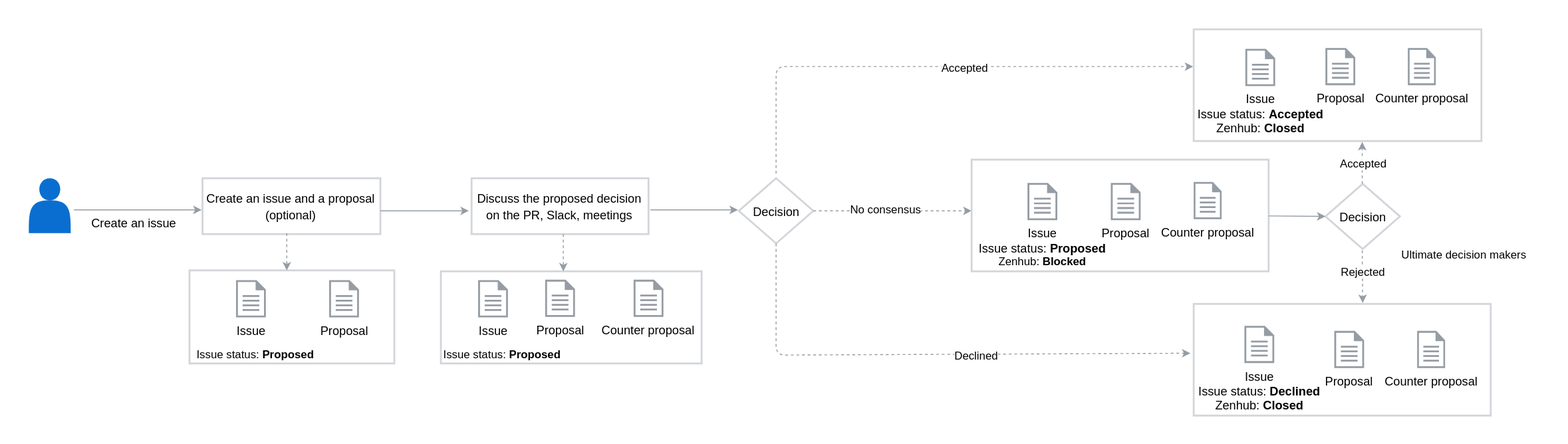
Earlier version of the draw.io export assets/decision-making-process.svg (kyma-project/community). Source tidied: cells renumbered, new cells last; positions are measured from the earlier drawing's top-left corner, leaving out a move shared by most shapes.
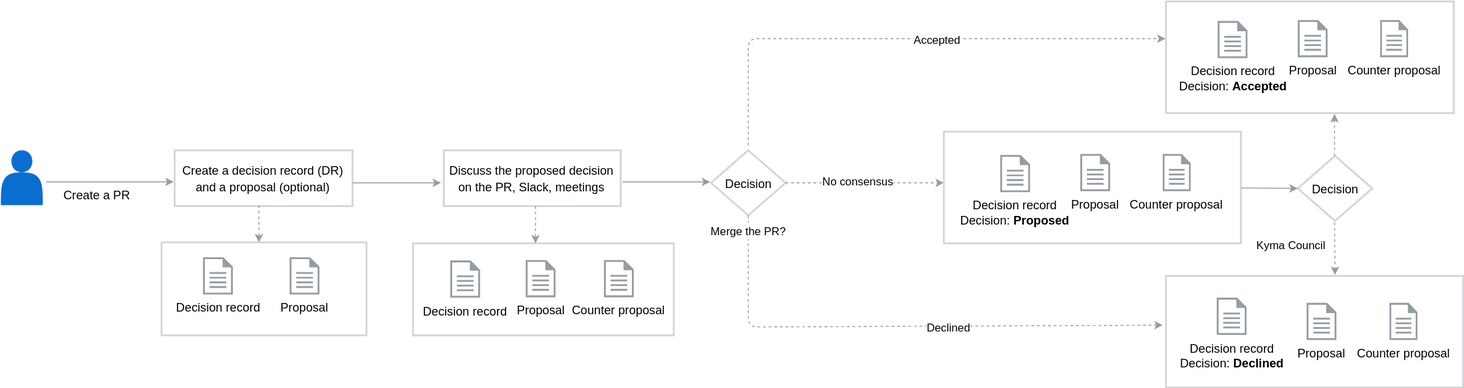
The same file after the commit.

Commit message:
Update decision making process

Diff of the diagram source:
```diff
@@ -2,7 +2,7 @@
   <root>
     <mxCell id="0" />
     <mxCell id="1" parent="0" />
-    <mxCell id="2" value="&lt;font style=&quot;font-size: 13px&quot;&gt;&lt;span&gt;Create an issue and a&amp;nbsp;&lt;/span&gt;&lt;span&gt;proposal (optional)&lt;/span&gt;&lt;/font&gt;" style="rounded=0;whiteSpace=wrap;html=1;labelBackgroundColor=none;strokeColor=#D2D5D9;strokeWidth=2;fillColor=#FFFFFF;gradientColor=none;fontFamily=Helvetica;fontSize=15;fontColor=#000000;" parent="1" vertex="1">
+    <mxCell id="2" value="&lt;font style=&quot;font-size: 13px&quot;&gt;&lt;span&gt;Create a decision record (DR) and a&amp;nbsp;&lt;/span&gt;&lt;span&gt;proposal (optional)&lt;/span&gt;&lt;/font&gt;" style="rounded=0;whiteSpace=wrap;html=1;labelBackgroundColor=none;strokeColor=#D2D5D9;strokeWidth=2;fillColor=#FFFFFF;gradientColor=none;fontFamily=Helvetica;fontSize=15;fontColor=#000000;" parent="1" vertex="1">
       <mxGeometry x="186" y="160" width="191" height="60" as="geometry" />
     </mxCell>
     <mxCell id="3" value="&lt;span style=&quot;font-size: 13px&quot;&gt;Discuss the proposed decision on the PR, Slack, meetings&lt;/span&gt;" style="rounded=0;whiteSpace=wrap;html=1;labelBackgroundColor=none;strokeColor=#D2D5D9;strokeWidth=2;fillColor=#FFFFFF;gradientColor=none;fontFamily=Helvetica;fontSize=15;fontColor=#000000;" parent="1" vertex="1">
@@ -14,23 +14,23 @@
     <mxCell id="5" style="rounded=0;whiteSpace=wrap;html=1;labelBackgroundColor=none;strokeColor=#D2D5D9;strokeWidth=2;fillColor=#FFFFFF;gradientColor=none;fontFamily=Helvetica;fontSize=15;fontColor=#000000;" parent="1" vertex="1">
       <mxGeometry x="442" y="260" width="280" height="99" as="geometry" />
     </mxCell>
-    <mxCell id="6" value="&lt;font style=&quot;font-size: 13px&quot;&gt;Issue&lt;br&gt;&lt;/font&gt;&lt;br&gt;" style="shadow=0;dashed=0;html=1;strokeColor=none;labelPosition=center;verticalLabelPosition=bottom;verticalAlign=top;align=center;shape=mxgraph.mscae.enterprise.document;fillColor=#959CA4;labelBackgroundColor=#ffffff;strokeWidth=2;" parent="1" vertex="1">
-      <mxGeometry x="222" y="269.5" width="32" height="40" as="geometry" />
+    <mxCell id="6" value="&lt;font style=&quot;font-size: 13px&quot;&gt;Decision record&lt;br&gt;&lt;/font&gt;&lt;br&gt;" style="shadow=0;dashed=0;html=1;strokeColor=none;labelPosition=center;verticalLabelPosition=bottom;verticalAlign=top;align=center;shape=mxgraph.mscae.enterprise.document;fillColor=#959CA4;labelBackgroundColor=#ffffff;strokeWidth=2;" parent="1" vertex="1">
+      <mxGeometry x="216.5" y="275" width="32" height="40" as="geometry" />
     </mxCell>
     <mxCell id="7" style="shape=actor;whiteSpace=wrap;html=1;strokeColor=none;strokeWidth=1;fillColor=#0A6ED1;gradientColor=none;fontFamily=Helvetica;fontSize=12;" parent="1" vertex="1">
       <mxGeometry x="-0.5" y="160" width="45" height="59" as="geometry" />
     </mxCell>
     <mxCell id="8" value="&lt;span style=&quot;font-size: 13px&quot;&gt;Proposal&lt;/span&gt;&lt;br&gt;" style="shadow=0;dashed=0;html=1;strokeColor=none;labelPosition=center;verticalLabelPosition=bottom;verticalAlign=top;align=center;shape=mxgraph.mscae.enterprise.document;fillColor=#959CA4;labelBackgroundColor=#ffffff;strokeWidth=2;" parent="1" vertex="1">
-      <mxGeometry x="322" y="269.5" width="32" height="40" as="geometry" />
+      <mxGeometry x="309.5" y="275" width="32" height="40" as="geometry" />
     </mxCell>
     <mxCell id="9" value="&lt;font style=&quot;font-size: 13px&quot;&gt;Proposal&lt;br&gt;&lt;/font&gt;&lt;br&gt;" style="shadow=0;dashed=0;html=1;strokeColor=none;labelPosition=center;verticalLabelPosition=bottom;verticalAlign=top;align=center;shape=mxgraph.mscae.enterprise.document;fillColor=#959CA4;labelBackgroundColor=#ffffff;strokeWidth=2;" parent="1" vertex="1">
-      <mxGeometry x="554" y="269" width="32" height="40" as="geometry" />
+      <mxGeometry x="563" y="278" width="32" height="40" as="geometry" />
     </mxCell>
     <mxCell id="10" value="&lt;span style=&quot;font-size: 13px&quot;&gt;Counter proposal&lt;/span&gt;&lt;br&gt;" style="shadow=0;dashed=0;html=1;strokeColor=none;labelPosition=center;verticalLabelPosition=bottom;verticalAlign=top;align=center;shape=mxgraph.mscae.enterprise.document;fillColor=#959CA4;labelBackgroundColor=#ffffff;strokeWidth=2;" parent="1" vertex="1">
-      <mxGeometry x="649" y="269" width="32" height="40" as="geometry" />
+      <mxGeometry x="647" y="278" width="32" height="40" as="geometry" />
     </mxCell>
-    <mxCell id="11" value="&lt;span style=&quot;font-size: 13px&quot;&gt;Issue&lt;/span&gt;&lt;br&gt;" style="shadow=0;dashed=0;html=1;strokeColor=none;labelPosition=center;verticalLabelPosition=bottom;verticalAlign=top;align=center;shape=mxgraph.mscae.enterprise.document;fillColor=#959CA4;labelBackgroundColor=#ffffff;strokeWidth=2;" parent="1" vertex="1">
-      <mxGeometry x="482" y="269.5" width="32" height="40" as="geometry" />
+    <mxCell id="11" value="&lt;span style=&quot;font-size: 13px&quot;&gt;Decision record&lt;/span&gt;&lt;br&gt;" style="shadow=0;dashed=0;html=1;strokeColor=none;labelPosition=center;verticalLabelPosition=bottom;verticalAlign=top;align=center;shape=mxgraph.mscae.enterprise.document;fillColor=#959CA4;labelBackgroundColor=#ffffff;strokeWidth=2;" parent="1" vertex="1">
+      <mxGeometry x="482" y="278.5" width="32" height="40" as="geometry" />
     </mxCell>
     <mxCell id="12" style="endArrow=classic;html=1;strokeColor=#959CA4;strokeWidth=1;fontFamily=Helvetica;fontSize=15;fontColor=#000000;exitX=1.078;exitY=0.576;exitPerimeter=0;" parent="1" edge="1" source="7">
       <mxGeometry relative="1" as="geometry">
@@ -84,8 +84,8 @@
     <mxCell id="21" value="&lt;font style=&quot;font-size: 13px&quot;&gt;Decision&lt;/font&gt;" style="strokeWidth=2;html=1;shape=mxgraph.flowchart.decision;whiteSpace=wrap;labelBackgroundColor=none;fillColor=none;gradientColor=none;fontFamily=Helvetica;fontSize=15;fontColor=#000000;strokeColor=#D2D5D9;" parent="1" vertex="1">
       <mxGeometry x="762" y="160" width="80" height="70" as="geometry" />
     </mxCell>
-    <mxCell id="22" value="&lt;font style=&quot;font-size: 13px&quot;&gt;Create an issue&lt;/font&gt;" style="text;html=1;align=left;verticalAlign=top;spacingTop=-4;fontSize=15;fontFamily=Helvetica;fontColor=#000000;" parent="1" vertex="1">
-      <mxGeometry x="65" y="196" width="110" height="20" as="geometry" />
+    <mxCell id="22" value="&lt;font style=&quot;font-size: 13px&quot;&gt;Create a PR&lt;/font&gt;" style="text;html=1;align=left;verticalAlign=top;spacingTop=-4;fontSize=15;fontFamily=Helvetica;fontColor=#000000;" parent="1" vertex="1">
+      <mxGeometry x="65" y="196" width="90" height="20" as="geometry" />
     </mxCell>
     <mxCell id="23" style="endArrow=classic;html=1;dashed=1;strokeColor=#959CA4;strokeWidth=1;fontFamily=Helvetica;fontSize=15;fontColor=#000000;exitX=0.5;exitY=1;exitPerimeter=0;entryX=-0.011;entryY=0.442;entryPerimeter=0;" parent="1" edge="1" source="21" target="20">
       <mxGeometry relative="1" as="geometry">
@@ -94,6 +94,11 @@
         </Array>
       </mxGeometry>
     </mxCell>
+    <mxCell id="46" value="&lt;font style=&quot;font-size: 12px&quot;&gt;Merge the PR?&lt;/font&gt;" style="text;html=1;align=center;verticalAlign=middle;labelBackgroundColor=#ffffff;fontSize=15;fontFamily=Helvetica;fontColor=#000000;" parent="23" vertex="1">
+      <mxGeometry x="-0.89" y="-1" relative="1" as="geometry">
+        <mxPoint x="1" y="-17" as="offset" />
+      </mxGeometry>
+    </mxCell>
     <mxCell id="24" value="&lt;font style=&quot;font-size: 12px&quot;&gt;Declined&lt;/font&gt;" style="text;html=1;align=center;verticalAlign=middle;labelBackgroundColor=#ffffff;fontSize=15;fontFamily=Helvetica;fontColor=#000000;" parent="23" vertex="1">
       <mxGeometry x="0.18" y="-2" relative="1" as="geometry">
         <mxPoint y="-3" as="offset" />
@@ -112,16 +117,16 @@
     <mxCell id="27" style="rounded=0;whiteSpace=wrap;html=1;labelBackgroundColor=none;strokeColor=#D2D5D9;strokeWidth=2;fillColor=#FFFFFF;gradientColor=none;fontFamily=Helvetica;fontSize=15;fontColor=#000000;" parent="1" vertex="1">
       <mxGeometry x="1012" y="140" width="319" height="120" as="geometry" />
     </mxCell>
-    <mxCell id="28" value="&lt;font style=&quot;font-size: 13px&quot;&gt;Issue&lt;br&gt;Issue status: &lt;b&gt;Proposed&lt;/b&gt;&lt;br&gt;&lt;/font&gt;Zenhub: &lt;b&gt;Blocked&lt;/b&gt;&lt;br&gt;" style="shadow=0;dashed=0;html=1;strokeColor=none;labelPosition=center;verticalLabelPosition=bottom;verticalAlign=top;align=center;shape=mxgraph.mscae.enterprise.document;fillColor=#959CA4;labelBackgroundColor=#ffffff;strokeWidth=2;" parent="1" vertex="1">
-      <mxGeometry x="1072" y="165" width="32" height="40" as="geometry" />
+    <mxCell id="28" value="&lt;font style=&quot;font-size: 13px&quot;&gt;Decision record&lt;br&gt;Decision: &lt;b&gt;Proposed&lt;/b&gt;&lt;br&gt;&lt;/font&gt;&lt;br&gt;" style="shadow=0;dashed=0;html=1;strokeColor=none;labelPosition=center;verticalLabelPosition=bottom;verticalAlign=top;align=center;shape=mxgraph.mscae.enterprise.document;fillColor=#959CA4;labelBackgroundColor=#ffffff;strokeWidth=2;" parent="1" vertex="1">
+      <mxGeometry x="1072.5" y="165" width="32" height="40" as="geometry" />
     </mxCell>
     <mxCell id="29" value="&lt;span style=&quot;font-size: 13px&quot;&gt;Proposal&lt;/span&gt;&lt;br&gt;" style="shadow=0;dashed=0;html=1;strokeColor=none;labelPosition=center;verticalLabelPosition=bottom;verticalAlign=top;align=center;shape=mxgraph.mscae.enterprise.document;fillColor=#959CA4;labelBackgroundColor=#ffffff;strokeWidth=2;" parent="1" vertex="1">
-      <mxGeometry x="1161.5" y="165" width="32" height="40" as="geometry" />
+      <mxGeometry x="1158.5" y="164" width="32" height="40" as="geometry" />
     </mxCell>
     <mxCell id="30" value="&lt;span style=&quot;font-size: 13px&quot;&gt;Counter proposal&lt;/span&gt;&lt;br&gt;" style="shadow=0;dashed=0;html=1;strokeColor=none;labelPosition=center;verticalLabelPosition=bottom;verticalAlign=top;align=center;shape=mxgraph.mscae.enterprise.document;fillColor=#959CA4;labelBackgroundColor=#ffffff;strokeWidth=2;" parent="1" vertex="1">
-      <mxGeometry x="1250.5" y="164" width="30" height="40" as="geometry" />
+      <mxGeometry x="1247" y="164" width="30" height="40" as="geometry" />
     </mxCell>
-    <mxCell id="31" value="&lt;font style=&quot;font-size: 13px&quot;&gt;Issue&lt;br&gt;Issue status: &lt;b&gt;Accepted&lt;br&gt;&lt;/b&gt;Zenhub: &lt;b&gt;Closed&lt;/b&gt;&lt;/font&gt;&lt;br&gt;" style="shadow=0;dashed=0;html=1;strokeColor=none;labelPosition=center;verticalLabelPosition=bottom;verticalAlign=top;align=center;shape=mxgraph.mscae.enterprise.document;fillColor=#959CA4;labelBackgroundColor=#ffffff;strokeWidth=2;" parent="1" vertex="1">
+    <mxCell id="31" value="&lt;font style=&quot;font-size: 13px&quot;&gt;Decision record&lt;br&gt;Decision: &lt;b&gt;Accepted&lt;/b&gt;&lt;br&gt;&lt;/font&gt;&lt;br&gt;" style="shadow=0;dashed=0;html=1;strokeColor=none;labelPosition=center;verticalLabelPosition=bottom;verticalAlign=top;align=center;shape=mxgraph.mscae.enterprise.document;fillColor=#959CA4;labelBackgroundColor=#ffffff;strokeWidth=2;" parent="1" vertex="1">
       <mxGeometry x="1306" y="21" width="32" height="40" as="geometry" />
     </mxCell>
     <mxCell id="32" value="&lt;span style=&quot;font-size: 13px&quot;&gt;Proposal&lt;/span&gt;&lt;br&gt;" style="shadow=0;dashed=0;html=1;strokeColor=none;labelPosition=center;verticalLabelPosition=bottom;verticalAlign=top;align=center;shape=mxgraph.mscae.enterprise.document;fillColor=#959CA4;labelBackgroundColor=#ffffff;strokeWidth=2;" parent="1" vertex="1">
@@ -130,7 +135,7 @@
     <mxCell id="33" value="&lt;span style=&quot;font-size: 13px&quot;&gt;Counter proposal&lt;/span&gt;&lt;br&gt;" style="shadow=0;dashed=0;html=1;strokeColor=none;labelPosition=center;verticalLabelPosition=bottom;verticalAlign=top;align=center;shape=mxgraph.mscae.enterprise.document;fillColor=#959CA4;labelBackgroundColor=#ffffff;strokeWidth=2;" parent="1" vertex="1">
       <mxGeometry x="1480.5" y="20" width="30" height="40" as="geometry" />
     </mxCell>
-    <mxCell id="34" value="&lt;font style=&quot;font-size: 13px&quot;&gt;Issue&lt;br&gt;Issue status: &lt;b&gt;Declined&lt;br&gt;&lt;/b&gt;Zenhub: &lt;b&gt;Closed&lt;/b&gt;&lt;/font&gt;&lt;br&gt;" style="shadow=0;dashed=0;html=1;strokeColor=none;labelPosition=center;verticalLabelPosition=bottom;verticalAlign=top;align=center;shape=mxgraph.mscae.enterprise.document;fillColor=#959CA4;labelBackgroundColor=#ffffff;strokeWidth=2;" parent="1" vertex="1">
+    <mxCell id="34" value="&lt;font style=&quot;font-size: 13px&quot;&gt;Decision record&lt;br&gt;Decision: &lt;b&gt;Declined&lt;/b&gt;&lt;br&gt;&lt;/font&gt;&lt;br&gt;" style="shadow=0;dashed=0;html=1;strokeColor=none;labelPosition=center;verticalLabelPosition=bottom;verticalAlign=top;align=center;shape=mxgraph.mscae.enterprise.document;fillColor=#959CA4;labelBackgroundColor=#ffffff;strokeWidth=2;" parent="1" vertex="1">
       <mxGeometry x="1305" y="318.5" width="32" height="40" as="geometry" />
     </mxCell>
     <mxCell id="35" value="&lt;span style=&quot;font-size: 13px&quot;&gt;Proposal&lt;/span&gt;&lt;br&gt;" style="shadow=0;dashed=0;html=1;strokeColor=none;labelPosition=center;verticalLabelPosition=bottom;verticalAlign=top;align=center;shape=mxgraph.mscae.enterprise.document;fillColor=#959CA4;labelBackgroundColor=#ffffff;strokeWidth=2;" parent="1" vertex="1">
@@ -142,8 +147,8 @@
     <mxCell id="37" value="&lt;font style=&quot;font-size: 13px&quot;&gt;Decision&lt;/font&gt;" style="strokeWidth=2;html=1;shape=mxgraph.flowchart.decision;whiteSpace=wrap;labelBackgroundColor=none;fillColor=none;gradientColor=none;fontFamily=Helvetica;fontSize=15;fontColor=#000000;strokeColor=#D2D5D9;" parent="1" vertex="1">
       <mxGeometry x="1392" y="166" width="80" height="70" as="geometry" />
     </mxCell>
-    <mxCell id="38" value="&lt;font style=&quot;font-size: 12px&quot;&gt;Ultimate decision makers&lt;/font&gt;" style="text;html=1;align=left;verticalAlign=top;spacingTop=-4;fontSize=15;fontFamily=Helvetica;fontColor=#000000;" parent="1" vertex="1">
-      <mxGeometry x="1472" y="230" width="150" height="20" as="geometry" />
+    <mxCell id="38" value="&lt;font style=&quot;font-size: 12px&quot;&gt;Kyma Council&lt;/font&gt;" style="text;html=1;align=left;verticalAlign=top;spacingTop=-4;fontSize=15;fontFamily=Helvetica;fontColor=#000000;" parent="1" vertex="1">
+      <mxGeometry x="1346" y="250" width="90" height="20" as="geometry" />
     </mxCell>
     <mxCell id="39" style="endArrow=classic;html=1;strokeColor=#959CA4;strokeWidth=1;fontFamily=Helvetica;fontSize=15;fontColor=#000000;" parent="1" edge="1">
       <mxGeometry relative="1" as="geometry">
@@ -157,26 +162,10 @@
         <mxPoint x="1431.5" y="121" as="targetPoint" />
       </mxGeometry>
     </mxCell>
-    <mxCell id="41" value="Accepted" style="text;html=1;align=center;verticalAlign=middle;labelBackgroundColor=#ffffff;" parent="40" vertex="1">
-      <mxGeometry x="-0.24" relative="1" as="geometry">
-        <mxPoint x="0.5" y="-6" as="offset" />
-      </mxGeometry>
-    </mxCell>
     <mxCell id="42" style="endArrow=classic;html=1;dashed=1;strokeColor=#959CA4;strokeWidth=1;fontFamily=Helvetica;fontSize=15;fontColor=#000000;entryX=0.569;entryY=-0.008;entryPerimeter=0;" parent="1" edge="1" target="20">
       <mxGeometry relative="1" as="geometry">
         <mxPoint x="1431.5" y="237.5" as="sourcePoint" />
       </mxGeometry>
     </mxCell>
-    <mxCell id="43" value="Rejected" style="text;html=1;align=center;verticalAlign=middle;labelBackgroundColor=#ffffff;" parent="42" vertex="1">
-      <mxGeometry x="-0.34" y="1" relative="1" as="geometry">
-        <mxPoint x="-0.5" y="3.5" as="offset" />
-      </mxGeometry>
-    </mxCell>
-    <mxCell id="44" value="Issue status: &lt;b&gt;Proposed&lt;/b&gt;" style="text;html=1;strokeColor=none;fillColor=none;align=center;verticalAlign=middle;whiteSpace=wrap;rounded=0;" parent="1" vertex="1">
-      <mxGeometry x="172" y="338.5" width="140" height="20" as="geometry" />
-    </mxCell>
-    <mxCell id="45" value="Issue status: &lt;b&gt;Proposed&lt;/b&gt;" style="text;html=1;strokeColor=none;fillColor=none;align=center;verticalAlign=middle;whiteSpace=wrap;rounded=0;" parent="1" vertex="1">
-      <mxGeometry x="442" y="338.5" width="130" height="20" as="geometry" />
-    </mxCell>
   </root>
 </mxGraphModel>
```
